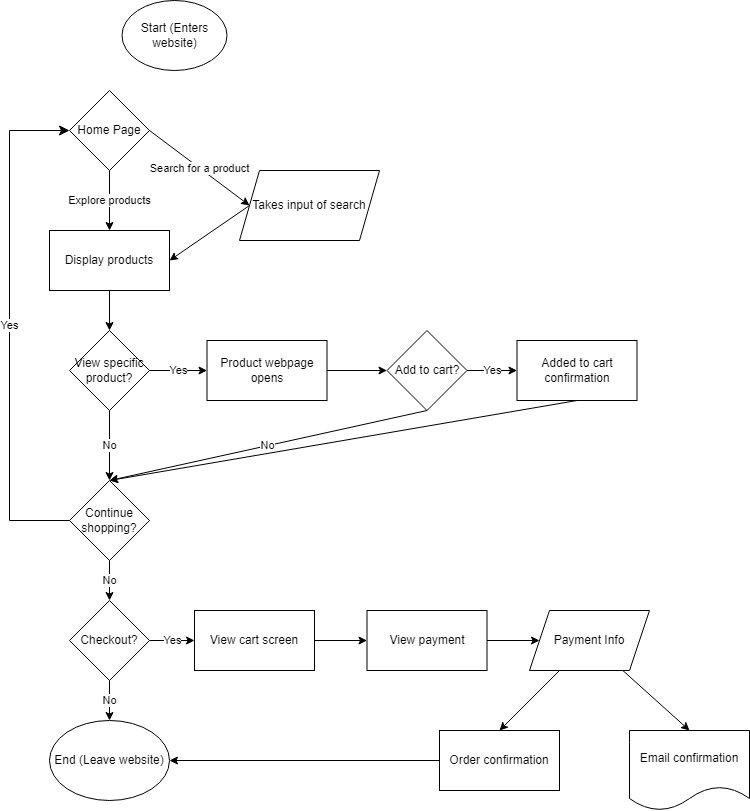
Before: explore/diagramming/diagram.drawio.png, a diagram exported from draw.io (Avikovi/sp24-cse110-lab4). Source tidied: cells renumbered, new cells last; positions are measured from the earlier drawing's top-left corner, leaving out a move shared by most shapes.
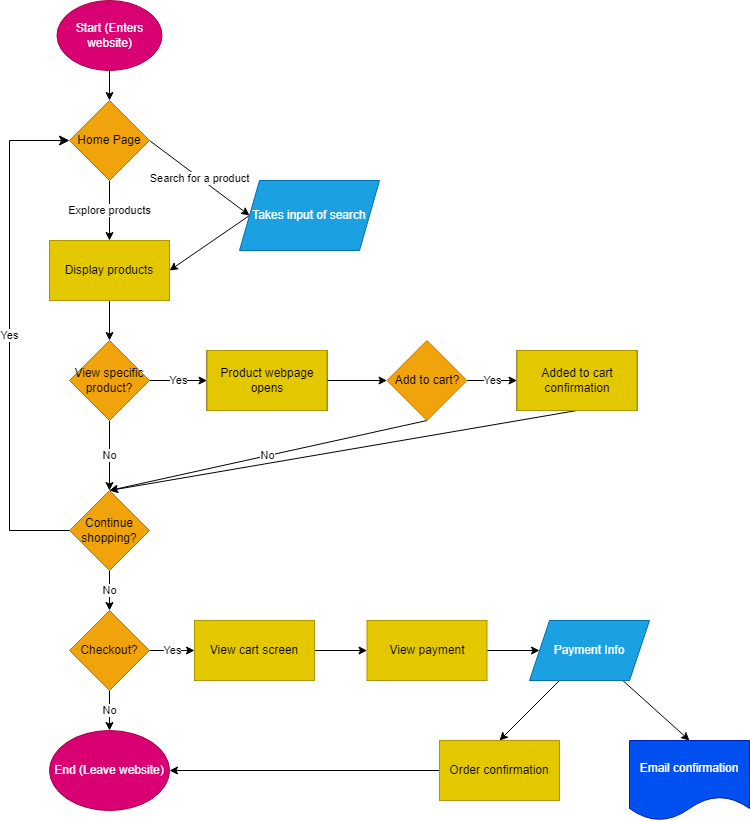
After the change.

The edit, as a diff of the source:
```diff
@@ -2,8 +2,11 @@
   <root>
     <mxCell id="0" />
     <mxCell id="1" parent="0" />
+    <mxCell id="37" style="edgeStyle=none;html=1;entryX=0.5;entryY=0;entryDx=0;entryDy=0;" parent="1" edge="1" source="2" target="5">
+      <mxGeometry relative="1" as="geometry" />
+    </mxCell>
-    <mxCell id="2" value="Start (Enters website)" style="ellipse;whiteSpace=wrap;html=1;" parent="1" vertex="1">
-      <mxGeometry x="112.5" width="105" height="70" as="geometry" />
+    <mxCell id="2" value="Start (Enters website)" style="ellipse;whiteSpace=wrap;html=1;fillColor=#d80073;fontColor=#ffffff;strokeColor=#A50040;" parent="1" vertex="1">
+      <mxGeometry x="47.5" y="-10" width="105" height="70" as="geometry" />
     </mxCell>
     <mxCell id="3" value="Search for a product" style="edgeStyle=none;html=1;exitX=1;exitY=0.5;exitDx=0;exitDy=0;entryX=0;entryY=0.5;entryDx=0;entryDy=0;" parent="1" edge="1" source="5" target="30">
       <mxGeometry relative="1" as="geometry" />
@@ -11,7 +14,7 @@
     <mxCell id="4" value="Explore products" style="edgeStyle=none;html=1;exitX=0.5;exitY=1;exitDx=0;exitDy=0;entryX=0.5;entryY=0;entryDx=0;entryDy=0;" parent="1" edge="1" source="5" target="8">
       <mxGeometry relative="1" as="geometry" />
     </mxCell>
-    <mxCell id="5" value="Home Page" style="rhombus;whiteSpace=wrap;html=1;" parent="1" vertex="1">
+    <mxCell id="5" value="Home Page" style="rhombus;whiteSpace=wrap;html=1;fillColor=#f0a30a;fontColor=#000000;strokeColor=#BD7000;" parent="1" vertex="1">
       <mxGeometry x="60" y="90" width="80" height="80" as="geometry" />
     </mxCell>
     <mxCell id="6" style="edgeStyle=none;html=1;exitX=0;exitY=0.5;exitDx=0;exitDy=0;entryX=1;entryY=0.5;entryDx=0;entryDy=0;" parent="1" edge="1" source="30" target="8">
@@ -29,7 +32,7 @@
     <mxCell id="10" value="No" style="edgeStyle=none;html=1;exitX=0.5;exitY=1;exitDx=0;exitDy=0;entryX=0.5;entryY=0;entryDx=0;entryDy=0;" parent="1" edge="1" source="11" target="20">
       <mxGeometry relative="1" as="geometry" />
     </mxCell>
-    <mxCell id="11" value="View specific product?" style="rhombus;whiteSpace=wrap;html=1;" parent="1" vertex="1">
+    <mxCell id="11" value="View specific product?" style="rhombus;whiteSpace=wrap;html=1;fillColor=#f0a30a;fontColor=#000000;strokeColor=#BD7000;" parent="1" vertex="1">
       <mxGeometry x="60" y="330" width="80" height="80" as="geometry" />
     </mxCell>
     <mxCell id="12" style="edgeStyle=none;html=1;entryX=0;entryY=0.5;entryDx=0;entryDy=0;" parent="1" edge="1" source="13" target="16">
@@ -44,7 +47,7 @@
     <mxCell id="15" value="No" style="edgeStyle=none;html=1;exitX=0.5;exitY=1;exitDx=0;exitDy=0;entryX=0.5;entryY=0;entryDx=0;entryDy=0;" parent="1" edge="1" source="16" target="20">
       <mxGeometry relative="1" as="geometry" />
     </mxCell>
-    <mxCell id="16" value="Add to cart?" style="rhombus;whiteSpace=wrap;html=1;" parent="1" vertex="1">
+    <mxCell id="16" value="Add to cart?" style="rhombus;whiteSpace=wrap;html=1;fillColor=#f0a30a;fontColor=#000000;strokeColor=#BD7000;" parent="1" vertex="1">
       <mxGeometry x="377.5" y="330" width="80" height="80" as="geometry" />
     </mxCell>
     <mxCell id="17" style="edgeStyle=none;html=1;exitX=0.5;exitY=1;exitDx=0;exitDy=0;entryX=0.5;entryY=0;entryDx=0;entryDy=0;" parent="1" edge="1" source="18" target="20">
@@ -56,7 +59,7 @@
     <mxCell id="19" value="No" style="edgeStyle=none;html=1;exitX=0.5;exitY=1;exitDx=0;exitDy=0;entryX=0.5;entryY=0;entryDx=0;entryDy=0;" parent="1" edge="1" source="20" target="24">
       <mxGeometry relative="1" as="geometry" />
     </mxCell>
-    <mxCell id="20" value="Continue shopping?" style="rhombus;whiteSpace=wrap;html=1;" parent="1" vertex="1">
+    <mxCell id="20" value="Continue shopping?" style="rhombus;whiteSpace=wrap;html=1;fillColor=#f0a30a;fontColor=#000000;strokeColor=#BD7000;" parent="1" vertex="1">
       <mxGeometry x="60" y="480" width="80" height="80" as="geometry" />
     </mxCell>
     <mxCell id="21" value="Yes" style="edgeStyle=elbowEdgeStyle;elbow=horizontal;endArrow=classic;html=1;curved=0;rounded=0;endSize=8;startSize=8;exitX=0;exitY=0.5;exitDx=0;exitDy=0;" parent="1" edge="1" source="20" target="5">
@@ -72,7 +75,7 @@
     <mxCell id="23" value="No" style="edgeStyle=none;html=1;exitX=0.5;exitY=1;exitDx=0;exitDy=0;entryX=0.5;entryY=0;entryDx=0;entryDy=0;" parent="1" edge="1" source="24" target="27">
       <mxGeometry relative="1" as="geometry" />
     </mxCell>
-    <mxCell id="24" value="Checkout?" style="rhombus;whiteSpace=wrap;html=1;" parent="1" vertex="1">
+    <mxCell id="24" value="Checkout?" style="rhombus;whiteSpace=wrap;html=1;fillColor=#f0a30a;fontColor=#000000;strokeColor=#BD7000;" parent="1" vertex="1">
       <mxGeometry x="60" y="600" width="80" height="80" as="geometry" />
     </mxCell>
     <mxCell id="25" style="edgeStyle=none;html=1;exitX=1;exitY=0.5;exitDx=0;exitDy=0;entryX=0;entryY=0.5;entryDx=0;entryDy=0;" parent="1" edge="1" source="26" target="29">
@@ -81,16 +84,16 @@
     <mxCell id="26" value="View cart screen" style="rounded=0;whiteSpace=wrap;html=1;" parent="1" vertex="1">
       <mxGeometry x="185" y="610" width="120" height="60" as="geometry" />
     </mxCell>
-    <mxCell id="27" value="End (Leave website)" style="ellipse;whiteSpace=wrap;html=1;" parent="1" vertex="1">
+    <mxCell id="27" value="End (Leave website)" style="ellipse;whiteSpace=wrap;html=1;fillColor=#d80073;fontColor=#ffffff;strokeColor=#A50040;" parent="1" vertex="1">
       <mxGeometry x="40" y="720" width="120" height="80" as="geometry" />
     </mxCell>
     <mxCell id="28" style="edgeStyle=none;html=1;entryX=0;entryY=0.5;entryDx=0;entryDy=0;" parent="1" edge="1" source="29" target="33">
       <mxGeometry relative="1" as="geometry" />
     </mxCell>
-    <mxCell id="29" value="View payment" style="rounded=0;whiteSpace=wrap;html=1;" parent="1" vertex="1">
+    <mxCell id="29" value="View payment" style="rounded=0;whiteSpace=wrap;html=1;fillColor=#e3c800;fontColor=#000000;strokeColor=#B09500;" parent="1" vertex="1">
       <mxGeometry x="357.5" y="610" width="120" height="60" as="geometry" />
     </mxCell>
-    <mxCell id="30" value="Takes input of search" style="shape=parallelogram;perimeter=parallelogramPerimeter;whiteSpace=wrap;html=1;fixedSize=1;" parent="1" vertex="1">
+    <mxCell id="30" value="Takes input of search" style="shape=parallelogram;perimeter=parallelogramPerimeter;whiteSpace=wrap;html=1;fixedSize=1;fillColor=#1ba1e2;strokeColor=#006EAF;fontColor=#ffffff;" parent="1" vertex="1">
       <mxGeometry x="230" y="170" width="140" height="70" as="geometry" />
     </mxCell>
     <mxCell id="31" style="edgeStyle=none;html=1;entryX=0.5;entryY=0;entryDx=0;entryDy=0;" parent="1" edge="1" source="33" target="35">
@@ -99,17 +102,29 @@
     <mxCell id="32" style="edgeStyle=none;html=1;entryX=0.5;entryY=0;entryDx=0;entryDy=0;" parent="1" edge="1" source="33" target="36">
       <mxGeometry relative="1" as="geometry" />
     </mxCell>
-    <mxCell id="33" value="Payment Info" style="shape=parallelogram;perimeter=parallelogramPerimeter;whiteSpace=wrap;html=1;fixedSize=1;" parent="1" vertex="1">
+    <mxCell id="33" value="Payment Info" style="shape=parallelogram;perimeter=parallelogramPerimeter;whiteSpace=wrap;html=1;fixedSize=1;fillColor=#1ba1e2;strokeColor=#006EAF;fontColor=#ffffff;" parent="1" vertex="1">
       <mxGeometry x="520" y="610" width="120" height="60" as="geometry" />
     </mxCell>
     <mxCell id="34" style="edgeStyle=none;html=1;entryX=1;entryY=0.5;entryDx=0;entryDy=0;" parent="1" edge="1" source="35" target="27">
       <mxGeometry relative="1" as="geometry" />
     </mxCell>
-    <mxCell id="35" value="Order confirmation" style="rounded=0;whiteSpace=wrap;html=1;" parent="1" vertex="1">
+    <mxCell id="35" value="Order confirmation" style="rounded=0;whiteSpace=wrap;html=1;fillColor=#e3c800;fontColor=#000000;strokeColor=#B09500;" parent="1" vertex="1">
       <mxGeometry x="430" y="730" width="120" height="60" as="geometry" />
     </mxCell>
-    <mxCell id="36" value="Email confirmation" style="shape=document;whiteSpace=wrap;html=1;boundedLbl=1;" parent="1" vertex="1">
+    <mxCell id="36" value="Email confirmation" style="shape=document;whiteSpace=wrap;html=1;boundedLbl=1;fillColor=#0050ef;fontColor=#ffffff;strokeColor=#001DBC;" parent="1" vertex="1">
       <mxGeometry x="620" y="730" width="120" height="80" as="geometry" />
     </mxCell>
+    <mxCell id="38" value="Display products" style="rounded=0;whiteSpace=wrap;html=1;fillColor=#e3c800;fontColor=#000000;strokeColor=#B09500;" parent="1" vertex="1">
+      <mxGeometry x="40" y="230" width="120" height="60" as="geometry" />
+    </mxCell>
+    <mxCell id="39" value="Product webpage opens" style="rounded=0;whiteSpace=wrap;html=1;fillColor=#e3c800;fontColor=#000000;strokeColor=#B09500;" parent="1" vertex="1">
+      <mxGeometry x="197.5" y="340" width="120" height="60" as="geometry" />
+    </mxCell>
+    <mxCell id="40" value="Added to cart confirmation" style="rounded=0;whiteSpace=wrap;html=1;fillColor=#e3c800;fontColor=#000000;strokeColor=#B09500;" parent="1" vertex="1">
+      <mxGeometry x="507.5" y="340" width="120" height="60" as="geometry" />
+    </mxCell>
+    <mxCell id="41" value="View cart screen" style="rounded=0;whiteSpace=wrap;html=1;fillColor=#e3c800;fontColor=#000000;strokeColor=#B09500;" parent="1" vertex="1">
+      <mxGeometry x="185" y="610" width="120" height="60" as="geometry" />
+    </mxCell>
   </root>
 </mxGraphModel>
```
